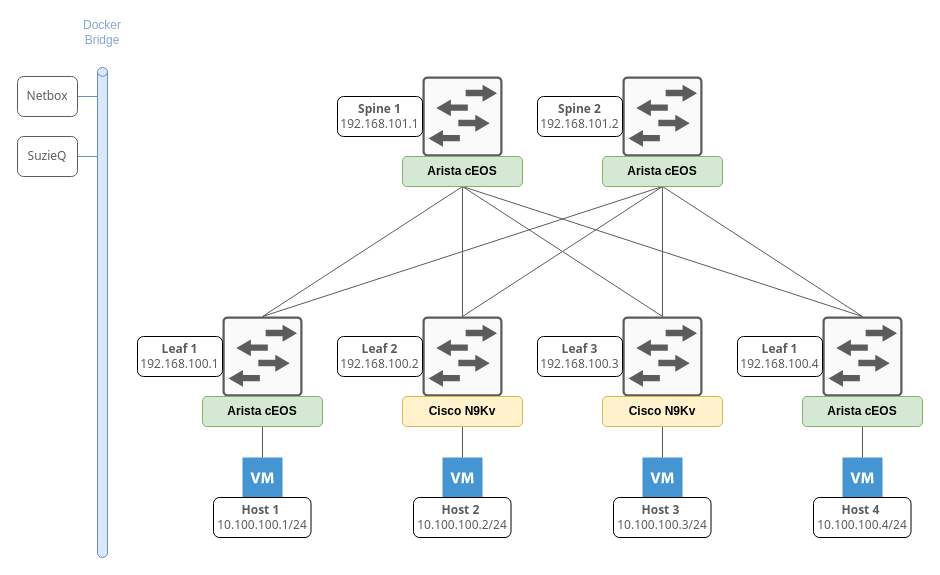
Before: documentation/assets/images/diagrams/VXLAN.drawio in MasqAs/projet-vxlan-automation, a draw.io diagram. Source tidied: cells renumbered, new cells numbered last; positions are measured from the earlier drawing's top-left corner, leaving out a move shared by most shapes. Both pictures are drawn from the tidied source at 100%, with x=0, y=0 at pixel (17, 17).
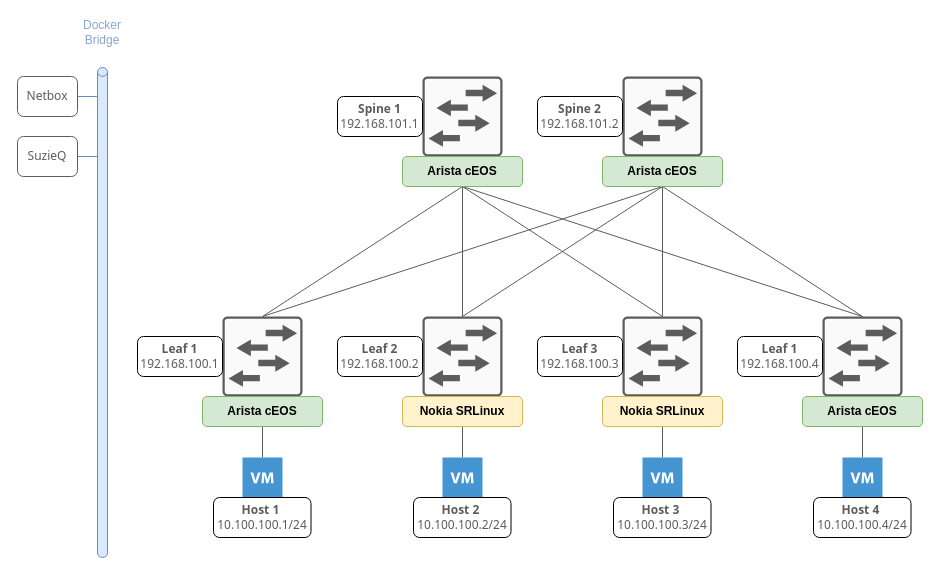
Above is the later version.

Commit message (it also covers changes not shown here):
Use Nokia instead of Cisco

What changed in the source:
```diff
@@
-    <mxCell id="18" value="&lt;b style=&quot;&quot;&gt;Cisco N9Kv&lt;/b&gt;" style="rounded=1;whiteSpace=wrap;html=1;fillColor=#fff2cc;strokeColor=#d6b656;" parent="1" vertex="1">
+    <mxCell id="18" value="&lt;b style=&quot;&quot;&gt;Nokia SRLinux&lt;/b&gt;" style="rounded=1;whiteSpace=wrap;html=1;fillColor=#fff2cc;strokeColor=#d6b656;" parent="1" vertex="1">
       <mxGeometry x="585" y="379" width="120" height="30" as="geometry" />
     </mxCell>
@@
-    <mxCell id="20" value="&lt;b style=&quot;&quot;&gt;Cisco N9Kv&lt;/b&gt;" style="rounded=1;whiteSpace=wrap;html=1;fillColor=#fff2cc;strokeColor=#d6b656;" parent="1" vertex="1">
+    <mxCell id="20" value="&lt;b style=&quot;&quot;&gt;Nokia SRLinux&lt;/b&gt;" style="rounded=1;whiteSpace=wrap;html=1;fillColor=#fff2cc;strokeColor=#d6b656;" parent="1" vertex="1">
       <mxGeometry x="385" y="379" width="120" height="30" as="geometry" />
     </mxCell>
```
